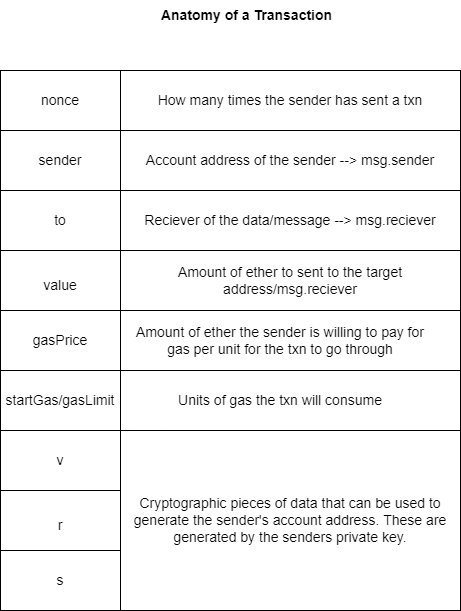
This is Transaction.drawio.png from Web3-courses/Diagrams, a draw.io export, as it was before one commit. Source tidied: cells renumbered, new cells last; positions are measured from the earlier drawing's top-left corner, leaving out a move shared by most shapes.
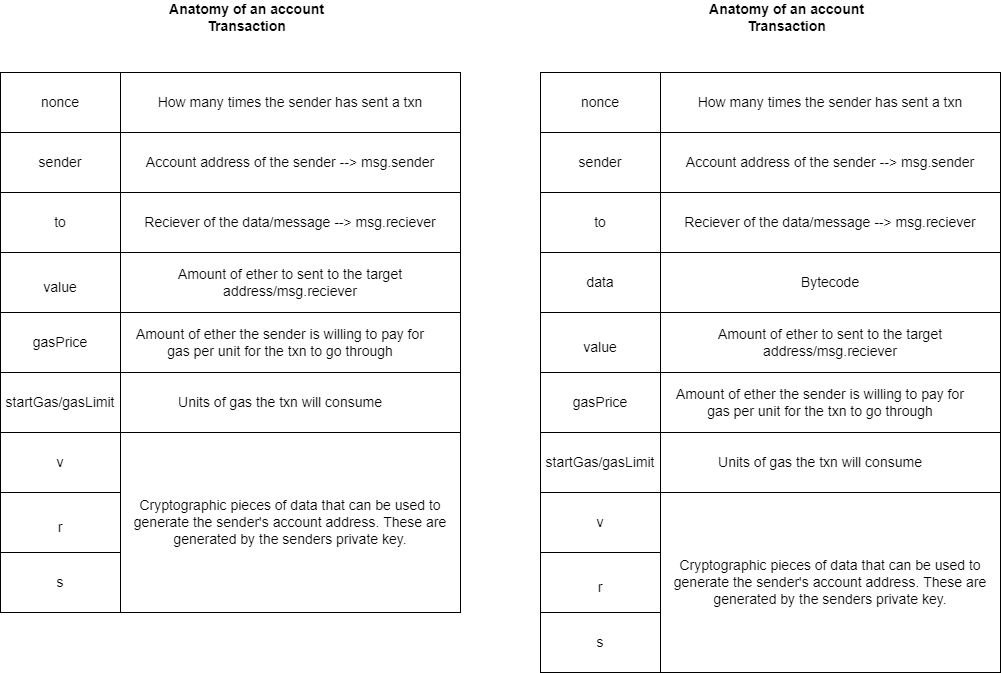
Later version of the same file.

Change to the diagram source:
```diff
@@ -5,7 +5,7 @@
     <mxCell id="2" style="whiteSpace=wrap;html=1;" parent="1" vertex="1">
       <mxGeometry y="70" width="455" height="455" as="geometry" />
     </mxCell>
-    <mxCell id="3" value="Anatomy of a Transaction" style="text;html=1;strokeColor=none;fillColor=none;align=center;verticalAlign=middle;whiteSpace=wrap;rounded=0;fontStyle=1;fontSize=14;" parent="1" vertex="1">
+    <mxCell id="3" value="Anatomy of an account Transaction" style="text;html=1;strokeColor=none;fillColor=none;align=center;verticalAlign=middle;whiteSpace=wrap;rounded=0;fontStyle=1;fontSize=14;" parent="1" vertex="1">
       <mxGeometry x="130" width="232.5" height="30" as="geometry" />
     </mxCell>
     <mxCell id="4" style="rounded=0;whiteSpace=wrap;html=1;fontSize=14;" parent="1" vertex="1">
@@ -104,5 +104,119 @@
     <mxCell id="35" value="Units of gas the txn will consume" style="text;html=1;strokeColor=none;fillColor=none;align=center;verticalAlign=middle;whiteSpace=wrap;rounded=0;fontSize=14;" parent="1" vertex="1">
       <mxGeometry x="130" y="385" width="300" height="30" as="geometry" />
     </mxCell>
+    <mxCell id="36" style="whiteSpace=wrap;html=1;" parent="1" vertex="1">
+      <mxGeometry x="540" y="70" width="455" height="455" as="geometry" />
+    </mxCell>
+    <mxCell id="37" value="Anatomy of an account Transaction" style="text;html=1;strokeColor=none;fillColor=none;align=center;verticalAlign=middle;whiteSpace=wrap;rounded=0;fontStyle=1;fontSize=14;" parent="1" vertex="1">
+      <mxGeometry x="670" width="232.5" height="30" as="geometry" />
+    </mxCell>
+    <mxCell id="38" style="rounded=0;whiteSpace=wrap;html=1;fontSize=14;" parent="1" vertex="1">
+      <mxGeometry x="540" y="70" width="120" height="60" as="geometry" />
+    </mxCell>
+    <mxCell id="39" style="rounded=0;whiteSpace=wrap;html=1;fontSize=14;" parent="1" vertex="1">
+      <mxGeometry x="660" y="70" width="340" height="60" as="geometry" />
+    </mxCell>
+    <mxCell id="40" style="rounded=0;whiteSpace=wrap;html=1;fontSize=14;" parent="1" vertex="1">
+      <mxGeometry x="540" y="130" width="120" height="60" as="geometry" />
+    </mxCell>
+    <mxCell id="41" style="rounded=0;whiteSpace=wrap;html=1;fontSize=14;" parent="1" vertex="1">
+      <mxGeometry x="660" y="130" width="340" height="60" as="geometry" />
+    </mxCell>
+    <mxCell id="42" style="rounded=0;whiteSpace=wrap;html=1;fontSize=14;" parent="1" vertex="1">
+      <mxGeometry x="540" y="190" width="120" height="60" as="geometry" />
+    </mxCell>
+    <mxCell id="43" style="rounded=0;whiteSpace=wrap;html=1;fontSize=14;" parent="1" vertex="1">
+      <mxGeometry x="660" y="190" width="340" height="60" as="geometry" />
+    </mxCell>
+    <mxCell id="44" style="rounded=0;whiteSpace=wrap;html=1;fontSize=14;" parent="1" vertex="1">
+      <mxGeometry x="540" y="310" width="120" height="60" as="geometry" />
+    </mxCell>
+    <mxCell id="45" style="rounded=0;whiteSpace=wrap;html=1;fontSize=14;" parent="1" vertex="1">
+      <mxGeometry x="660" y="310" width="340" height="60" as="geometry" />
+    </mxCell>
+    <mxCell id="46" style="rounded=0;whiteSpace=wrap;html=1;fontSize=14;" parent="1" vertex="1">
+      <mxGeometry x="540" y="370" width="120" height="60" as="geometry" />
+    </mxCell>
+    <mxCell id="47" style="rounded=0;whiteSpace=wrap;html=1;fontSize=14;" parent="1" vertex="1">
+      <mxGeometry x="660" y="370" width="340" height="60" as="geometry" />
+    </mxCell>
+    <mxCell id="48" style="rounded=0;whiteSpace=wrap;html=1;fontSize=14;" parent="1" vertex="1">
+      <mxGeometry x="540" y="490" width="120" height="60" as="geometry" />
+    </mxCell>
+    <mxCell id="49" style="rounded=0;whiteSpace=wrap;html=1;fontSize=14;" parent="1" vertex="1">
+      <mxGeometry x="540" y="550" width="120" height="60" as="geometry" />
+    </mxCell>
+    <mxCell id="50" style="rounded=0;whiteSpace=wrap;html=1;fontSize=14;" parent="1" vertex="1">
+      <mxGeometry x="540" y="610" width="120" height="60" as="geometry" />
+    </mxCell>
+    <mxCell id="51" style="rounded=0;whiteSpace=wrap;html=1;fontSize=14;" parent="1" vertex="1">
+      <mxGeometry x="660" y="490" width="340" height="180" as="geometry" />
+    </mxCell>
+    <mxCell id="52" value="nonce" style="text;html=1;strokeColor=none;fillColor=none;align=center;verticalAlign=middle;whiteSpace=wrap;rounded=0;fontSize=14;" parent="1" vertex="1">
+      <mxGeometry x="570" y="85" width="60" height="30" as="geometry" />
+    </mxCell>
+    <mxCell id="53" value="How many times the sender has sent a txn" style="text;html=1;strokeColor=none;fillColor=none;align=center;verticalAlign=middle;whiteSpace=wrap;rounded=0;fontSize=14;" parent="1" vertex="1">
+      <mxGeometry x="680" y="85" width="300" height="30" as="geometry" />
+    </mxCell>
+    <mxCell id="54" value="sender" style="text;html=1;strokeColor=none;fillColor=none;align=center;verticalAlign=middle;whiteSpace=wrap;rounded=0;fontSize=14;" parent="1" vertex="1">
+      <mxGeometry x="570" y="145" width="60" height="30" as="geometry" />
+    </mxCell>
+    <mxCell id="55" value="Account address of the sender --&amp;gt; msg.sender" style="text;html=1;strokeColor=none;fillColor=none;align=center;verticalAlign=middle;whiteSpace=wrap;rounded=0;fontSize=14;" parent="1" vertex="1">
+      <mxGeometry x="680" y="145" width="300" height="30" as="geometry" />
+    </mxCell>
+    <mxCell id="56" value="to" style="text;html=1;strokeColor=none;fillColor=none;align=center;verticalAlign=middle;whiteSpace=wrap;rounded=0;fontSize=14;" parent="1" vertex="1">
+      <mxGeometry x="570" y="205" width="60" height="30" as="geometry" />
+    </mxCell>
+    <mxCell id="57" value="Reciever of the data/message --&amp;gt; msg.reciever" style="text;html=1;strokeColor=none;fillColor=none;align=center;verticalAlign=middle;whiteSpace=wrap;rounded=0;fontSize=14;" parent="1" vertex="1">
+      <mxGeometry x="680" y="205" width="300" height="30" as="geometry" />
+    </mxCell>
+    <mxCell id="58" value="value" style="text;html=1;strokeColor=none;fillColor=none;align=center;verticalAlign=middle;whiteSpace=wrap;rounded=0;fontSize=14;" parent="1" vertex="1">
+      <mxGeometry x="570" y="330" width="60" height="30" as="geometry" />
+    </mxCell>
+    <mxCell id="59" value="Amount of ether to sent to the target address/msg.reciever" style="text;html=1;strokeColor=none;fillColor=none;align=center;verticalAlign=middle;whiteSpace=wrap;rounded=0;fontSize=14;" parent="1" vertex="1">
+      <mxGeometry x="680" y="325" width="300" height="30" as="geometry" />
+    </mxCell>
+    <mxCell id="60" value="gasPrice" style="text;html=1;strokeColor=none;fillColor=none;align=center;verticalAlign=middle;whiteSpace=wrap;rounded=0;fontSize=14;" parent="1" vertex="1">
+      <mxGeometry x="570" y="385" width="60" height="30" as="geometry" />
+    </mxCell>
+    <mxCell id="61" value="Amount of ether the sender is willing to pay for gas per unit for the txn to go through" style="text;html=1;strokeColor=none;fillColor=none;align=center;verticalAlign=middle;whiteSpace=wrap;rounded=0;fontSize=14;" parent="1" vertex="1">
+      <mxGeometry x="670" y="385" width="300" height="30" as="geometry" />
+    </mxCell>
+    <mxCell id="62" value="v" style="text;html=1;strokeColor=none;fillColor=none;align=center;verticalAlign=middle;whiteSpace=wrap;rounded=0;fontSize=14;" parent="1" vertex="1">
+      <mxGeometry x="570" y="505" width="60" height="30" as="geometry" />
+    </mxCell>
+    <mxCell id="63" value="r" style="text;html=1;strokeColor=none;fillColor=none;align=center;verticalAlign=middle;whiteSpace=wrap;rounded=0;fontSize=14;" parent="1" vertex="1">
+      <mxGeometry x="570" y="570" width="60" height="30" as="geometry" />
+    </mxCell>
+    <mxCell id="64" value="s" style="text;html=1;strokeColor=none;fillColor=none;align=center;verticalAlign=middle;whiteSpace=wrap;rounded=0;fontSize=14;" parent="1" vertex="1">
+      <mxGeometry x="570" y="625" width="60" height="30" as="geometry" />
+    </mxCell>
+    <mxCell id="65" value="Cryptographic pieces of data that can be used to generate the sender's account address. These are generated by the senders private key." style="text;html=1;strokeColor=none;fillColor=none;align=center;verticalAlign=middle;whiteSpace=wrap;rounded=0;fontSize=14;" parent="1" vertex="1">
+      <mxGeometry x="670" y="565" width="320" height="30" as="geometry" />
+    </mxCell>
+    <mxCell id="66" style="rounded=0;whiteSpace=wrap;html=1;fontSize=14;" parent="1" vertex="1">
+      <mxGeometry x="540" y="430" width="120" height="60" as="geometry" />
+    </mxCell>
+    <mxCell id="67" style="rounded=0;whiteSpace=wrap;html=1;fontSize=14;" parent="1" vertex="1">
+      <mxGeometry x="660" y="430" width="340" height="60" as="geometry" />
+    </mxCell>
+    <mxCell id="68" value="startGas/gasLimit" style="text;html=1;strokeColor=none;fillColor=none;align=center;verticalAlign=middle;whiteSpace=wrap;rounded=0;fontSize=14;" parent="1" vertex="1">
+      <mxGeometry x="570" y="445" width="60" height="30" as="geometry" />
+    </mxCell>
+    <mxCell id="69" value="Units of gas the txn will consume" style="text;html=1;strokeColor=none;fillColor=none;align=center;verticalAlign=middle;whiteSpace=wrap;rounded=0;fontSize=14;" parent="1" vertex="1">
+      <mxGeometry x="670" y="445" width="300" height="30" as="geometry" />
+    </mxCell>
+    <mxCell id="70" style="rounded=0;whiteSpace=wrap;html=1;fontSize=14;" parent="1" vertex="1">
+      <mxGeometry x="540" y="250" width="120" height="60" as="geometry" />
+    </mxCell>
+    <mxCell id="71" style="rounded=0;whiteSpace=wrap;html=1;fontSize=14;" parent="1" vertex="1">
+      <mxGeometry x="660" y="250" width="340" height="60" as="geometry" />
+    </mxCell>
+    <mxCell id="72" value="data" style="text;html=1;strokeColor=none;fillColor=none;align=center;verticalAlign=middle;whiteSpace=wrap;rounded=0;fontSize=14;" parent="1" vertex="1">
+      <mxGeometry x="570" y="265" width="60" height="30" as="geometry" />
+    </mxCell>
+    <mxCell id="73" value="Bytecode" style="text;html=1;strokeColor=none;fillColor=none;align=center;verticalAlign=middle;whiteSpace=wrap;rounded=0;fontSize=14;" parent="1" vertex="1">
+      <mxGeometry x="680" y="265" width="300" height="30" as="geometry" />
+    </mxCell>
   </root>
 </mxGraphModel>
```
